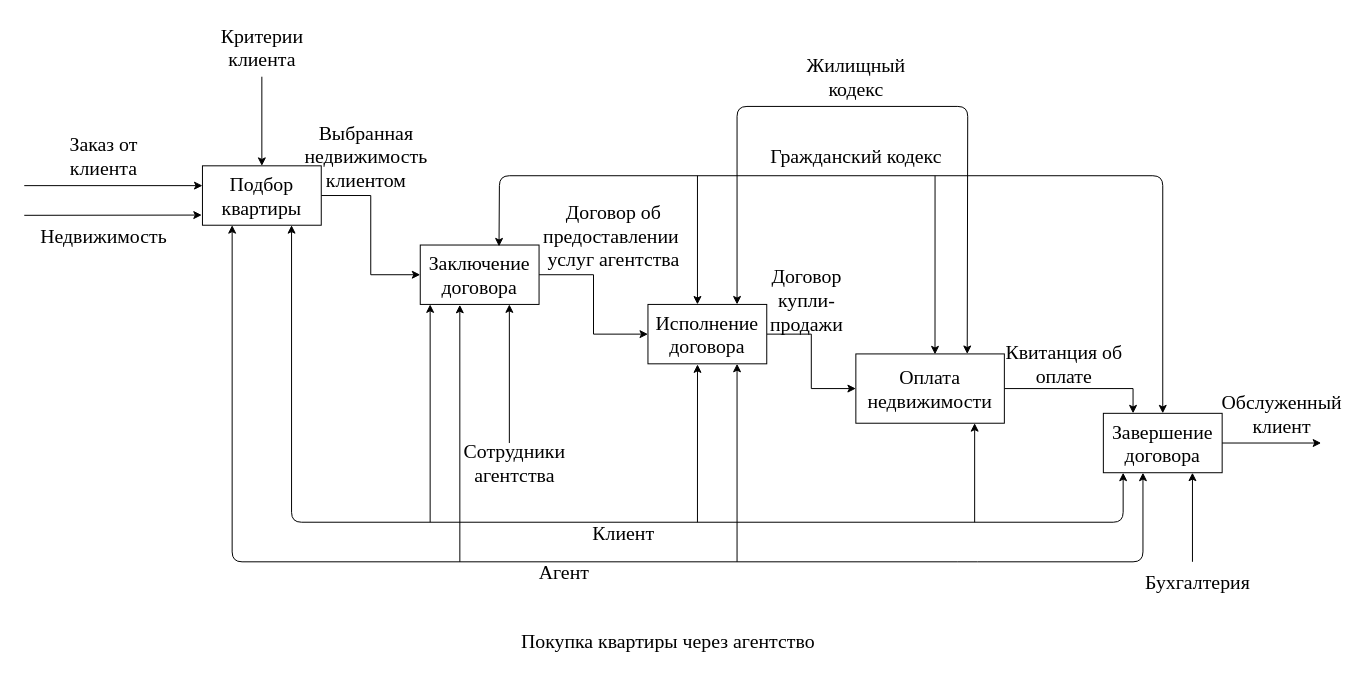
This is idef0Agentstvo.drawio from VitaliiPopov00/IDEF0-Function-modeling, a draw.io file, before an edit. Source tidied: cells renumbered, new cells numbered last; positions are measured from the earlier drawing's top-left corner, leaving out a move shared by most shapes. Both pictures are drawn from the tidied source at 99%, with x=0, y=0 at pixel (24, 17).
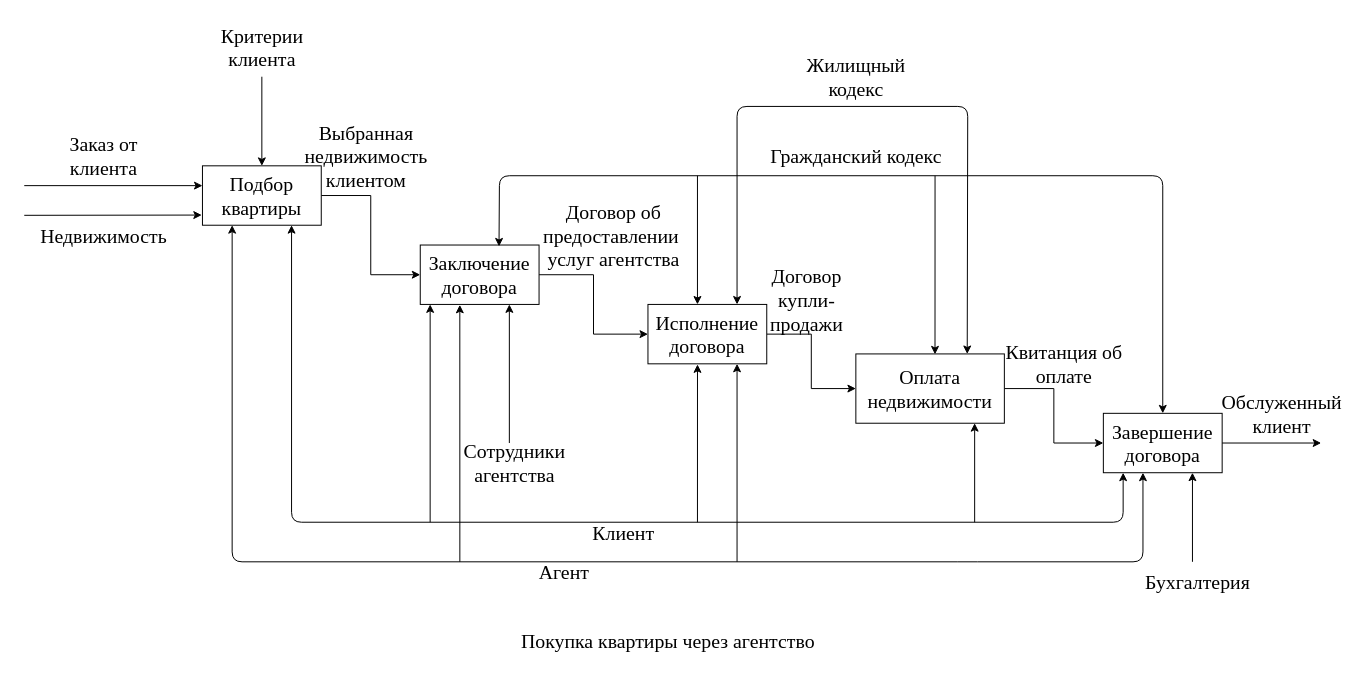
Above is the later version.

Unchanged cells that the change refers to:
```xml
<mxCell id="19" value="Оплата&lt;br&gt;недвижимости" style="rounded=0;whiteSpace=wrap;html=1;fontFamily=Times New Roman;fontSize=20;" parent="1" vertex="1">
  <mxGeometry x="840" y="340" width="150" height="70" as="geometry" />
</mxCell>
<mxCell id="20" value="Завершение договора" style="rounded=0;whiteSpace=wrap;html=1;fontFamily=Times New Roman;fontSize=20;" parent="1" vertex="1">
  <mxGeometry x="1090" y="400" width="120" height="60" as="geometry" />
</mxCell>
```

Diff of the diagram source:
```diff
@@
-    <mxCell id="18" style="edgeStyle=orthogonalEdgeStyle;rounded=0;jettySize=auto;html=1;entryX=0.25;entryY=0;entryDx=0;entryDy=0;fontFamily=Times New Roman;fontSize=20;" parent="1" edge="1" source="19" target="20">
+    <mxCell id="18" style="edgeStyle=orthogonalEdgeStyle;rounded=0;jettySize=auto;html=1;entryX=0;entryY=0.5;entryDx=0;entryDy=0;fontFamily=Times New Roman;fontSize=20;" parent="1" edge="1" source="19" target="20">
       <mxGeometry relative="1" as="geometry" />
     </mxCell>
```
